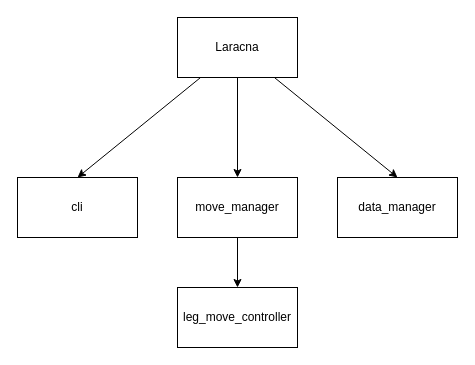
Before: diagram.drawio in alecremer/Laracna-Bot, a draw.io diagram. Source tidied: cells renumbered, new cells numbered last; positions are measured from the earlier drawing's top-left corner, leaving out a move shared by most shapes. Both pictures are drawn from the tidied source at 100%, with x=0, y=0 at pixel (17, 17).
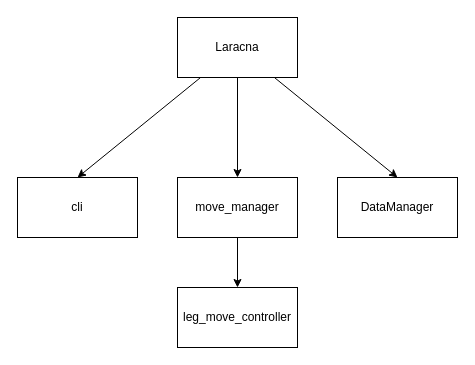
The same page after the edit.

The edit, as a diff of the source:
```diff
@@
 <mxGraphModel>
   <root>
     <mxCell id="0" />
     <mxCell id="1" parent="0" />
     <mxCell id="2" style="edgeStyle=none;html=1;entryX=0.5;entryY=0;entryDx=0;entryDy=0;" parent="1" edge="1" source="5" target="6">
       <mxGeometry relative="1" as="geometry" />
     </mxCell>
     <mxCell id="3" style="edgeStyle=none;html=1;entryX=0.5;entryY=0;entryDx=0;entryDy=0;" parent="1" edge="1" source="5" target="8">
       <mxGeometry relative="1" as="geometry" />
     </mxCell>
     <mxCell id="4" style="edgeStyle=none;html=1;entryX=0.5;entryY=0;entryDx=0;entryDy=0;" parent="1" edge="1" source="5" target="10">
       <mxGeometry relative="1" as="geometry" />
     </mxCell>
     <mxCell id="5" value="Laracna" style="rounded=0;whiteSpace=wrap;html=1;" parent="1" vertex="1">
       <mxGeometry x="160" width="120" height="60" as="geometry" />
     </mxCell>
     <mxCell id="6" value="cli" style="rounded=0;whiteSpace=wrap;html=1;" parent="1" vertex="1">
       <mxGeometry y="160" width="120" height="60" as="geometry" />
     </mxCell>
     <mxCell id="7" style="edgeStyle=none;html=1;" parent="1" edge="1" source="8" target="9">
       <mxGeometry relative="1" as="geometry" />
     </mxCell>
     <mxCell id="8" value="move_manager" style="rounded=0;whiteSpace=wrap;html=1;" parent="1" vertex="1">
       <mxGeometry x="160" y="160" width="120" height="60" as="geometry" />
     </mxCell>
     <mxCell id="9" value="leg_move_controller" style="rounded=0;whiteSpace=wrap;html=1;" parent="1" vertex="1">
       <mxGeometry x="160" y="270" width="120" height="60" as="geometry" />
     </mxCell>
-    <mxCell id="10" value="data_manager" style="rounded=0;whiteSpace=wrap;html=1;" parent="1" vertex="1">
+    <mxCell id="10" value="DataManager" style="rounded=0;whiteSpace=wrap;html=1;" parent="1" vertex="1">
       <mxGeometry x="320" y="160" width="120" height="60" as="geometry" />
     </mxCell>
   </root>
 </mxGraphModel>
```
